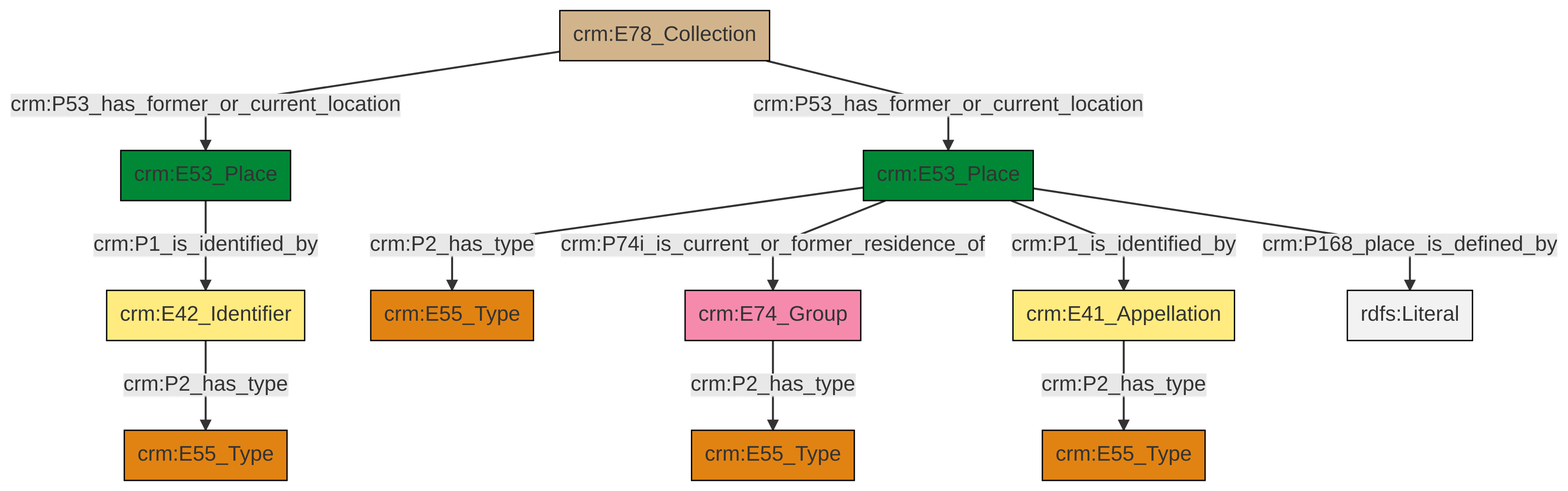
Earlier version of the Mermaid export et/archivalCSV/ttl/mmd/png/archival_location.png (swiss-art-research-net/docs.swissartresearch). Its source is kept beside it as et/archivalCSV/ttl/mmd/archival_location.ttl.mmd.
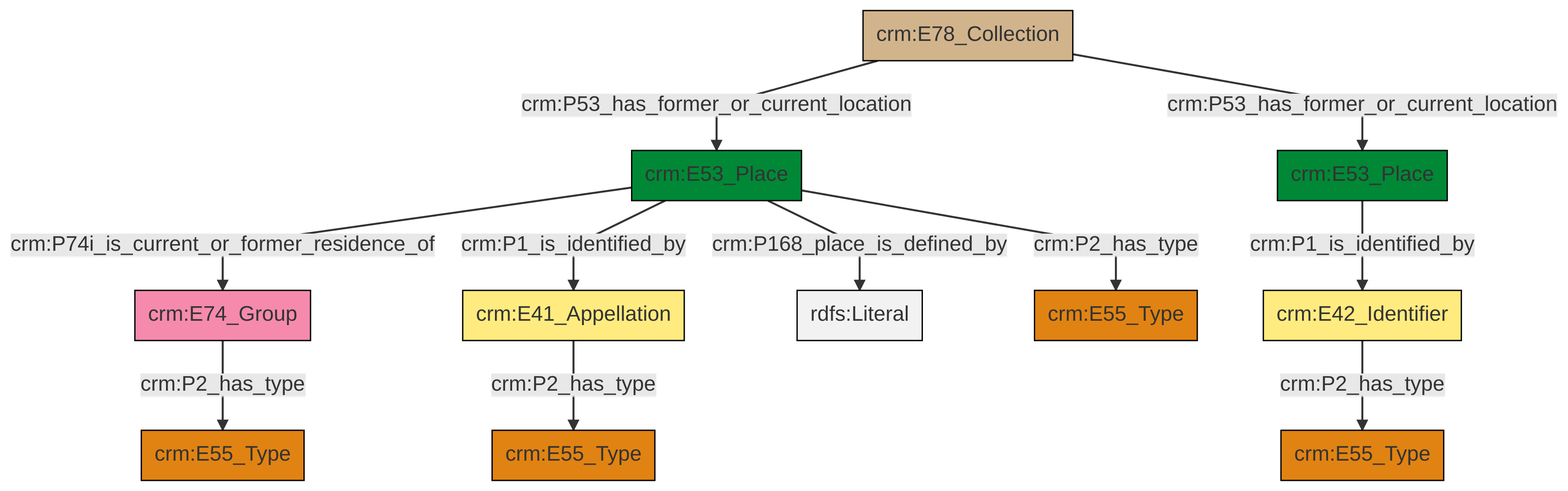
The same diagram one commit later.

What changed in the source:
```diff
@@ -14,12 +14,12 @@
 classDef Multi fill:#cccccc,stroke:#000000;
 
 0["crm:E53_Place"]:::Place -->|crm:P74i_is_current_or_former_residence_of| 1["crm:E74_Group"]:::Actor
-8["crm:E78_Collection"]:::Physical_Thing -->|crm:P53_has_former_or_current_location| 2["crm:E53_Place"]:::Place
-2["crm:E53_Place"]:::Place -->|crm:P1_is_identified_by| 15["crm:E42_Identifier"]:::Appellation
-9["crm:E41_Appellation"]:::Appellation -->|crm:P2_has_type| 13["crm:E55_Type"]:::Type
-0["crm:E53_Place"]:::Place -->|crm:P2_has_type| 4["crm:E55_Type"]:::Type
-15["crm:E42_Identifier"]:::Appellation -->|crm:P2_has_type| 6["crm:E55_Type"]:::Type
-1["crm:E74_Group"]:::Actor -->|crm:P2_has_type| 11["crm:E55_Type"]:::Type
-0["crm:E53_Place"]:::Place -->|crm:P168_place_is_defined_by| 21[rdfs:Literal]:::Literal
+8["crm:E78_Collection"]:::Physical_Thing -->|crm:P53_has_former_or_current_location| 0["crm:E53_Place"]:::Place
 0["crm:E53_Place"]:::Place -->|crm:P1_is_identified_by| 9["crm:E41_Appellation"]:::Appellation
-8["crm:E78_Collection"]:::Physical_Thing -->|crm:P53_has_former_or_current_location| 0["crm:E53_Place"]:::Place
+0["crm:E53_Place"]:::Place -->|crm:P168_place_is_defined_by| 10[rdfs:Literal]:::Literal
+0["crm:E53_Place"]:::Place -->|crm:P2_has_type| 13["crm:E55_Type"]:::Type
+8["crm:E78_Collection"]:::Physical_Thing -->|crm:P53_has_former_or_current_location| 14["crm:E53_Place"]:::Place
+9["crm:E41_Appellation"]:::Appellation -->|crm:P2_has_type| 11["crm:E55_Type"]:::Type
+14["crm:E53_Place"]:::Place -->|crm:P1_is_identified_by| 2["crm:E42_Identifier"]:::Appellation
+1["crm:E74_Group"]:::Actor -->|crm:P2_has_type| 6["crm:E55_Type"]:::Type
+2["crm:E42_Identifier"]:::Appellation -->|crm:P2_has_type| 4["crm:E55_Type"]:::Type
```
